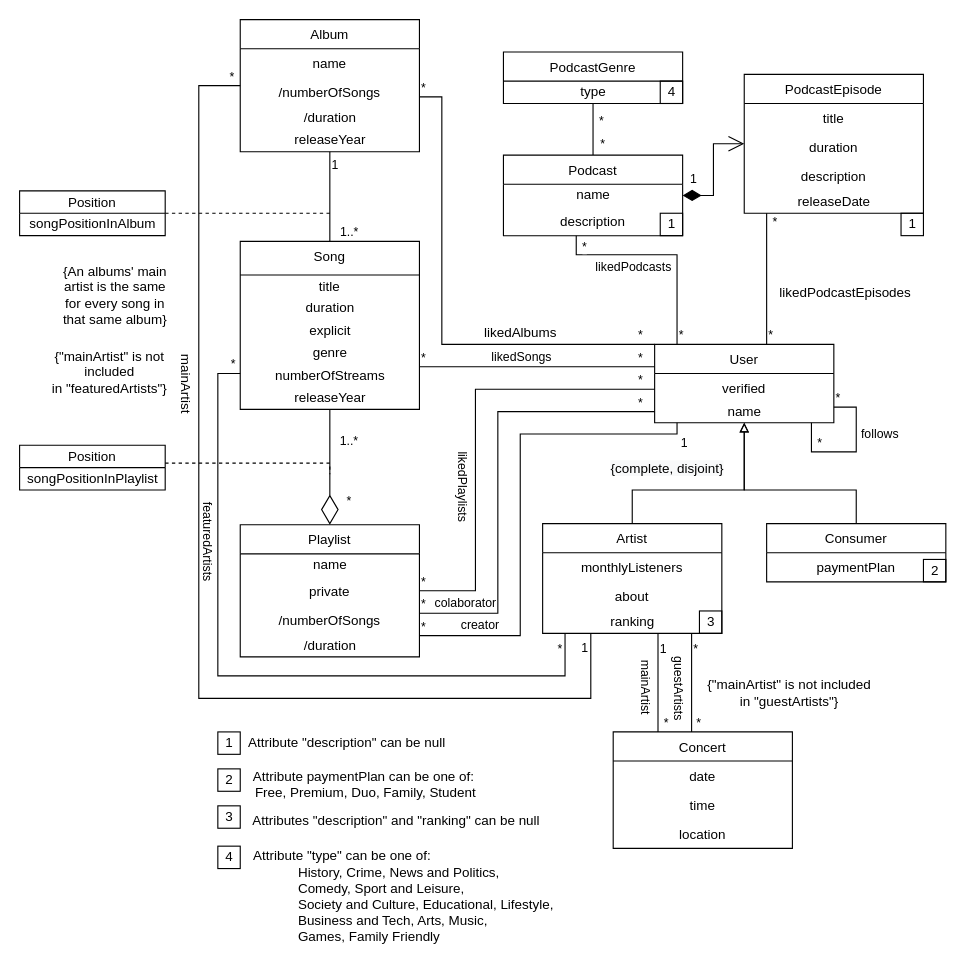
Earlier version of the draw.io diagram page "Page-2" (2 of 2) of 1-delivery/Spotify-class-diag.drawio (Naapperas/feup-bd). Source tidied: cells renumbered, new cells numbered last; positions are measured from the earlier drawing's top-left corner, leaving out a move shared by most shapes. Both pictures are drawn from the tidied source at 112%, with x=0, y=0 at pixel (19, 19).
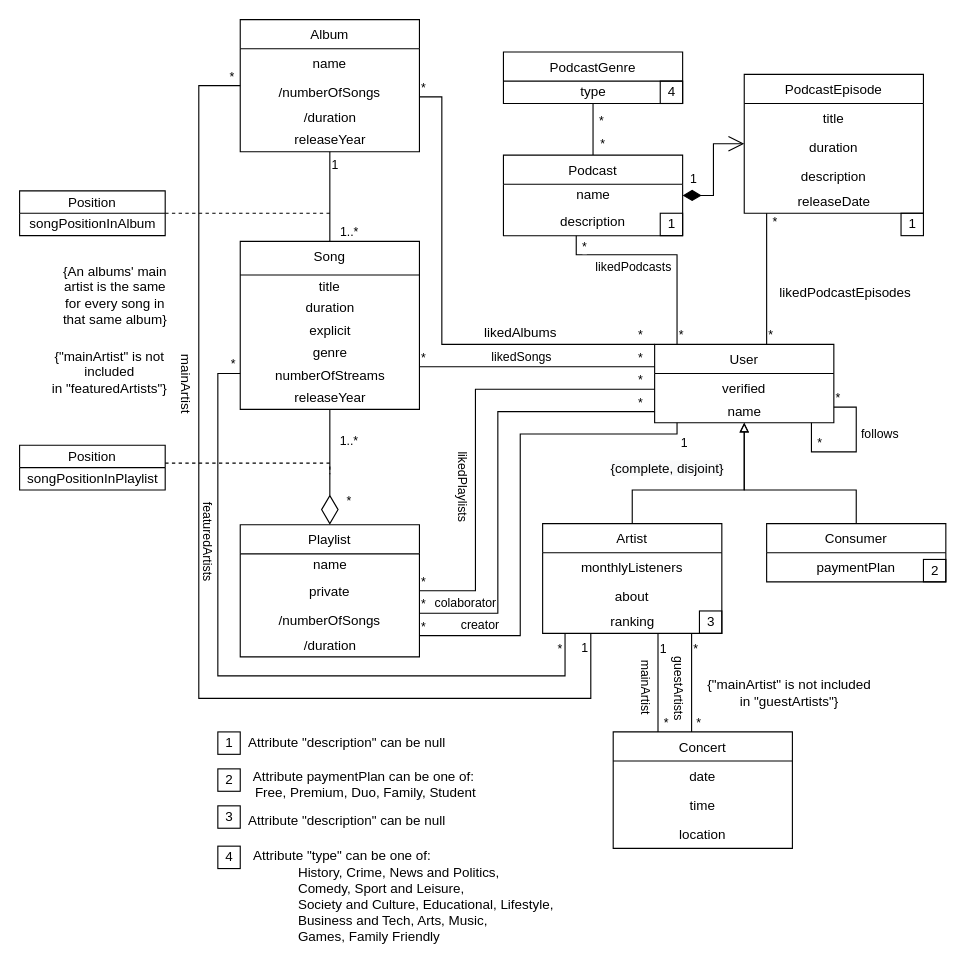
The same page after the edit.

What changed in the source:
```diff
@@
-    <mxCell id="104" value="Attributes &quot;description&quot; and &quot;ranking&quot; can be null" style="text;html=1;align=center;verticalAlign=middle;strokeColor=none;fillColor=none;" parent="1" vertex="1">
-      <mxGeometry x="201" y="706" width="270" height="20" as="geometry" />
+    <mxCell id="104" value="Attribute &quot;description&quot;  can be null" style="text;html=1;align=center;verticalAlign=middle;strokeColor=none;fillColor=none;" parent="1" vertex="1">
+      <mxGeometry x="197" y="706" width="190" height="20" as="geometry" />
     </mxCell>
```
